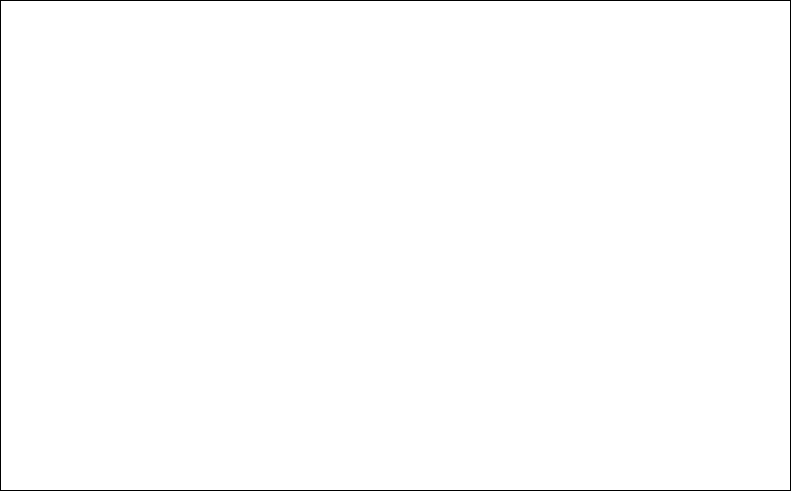
nangong1994/Interview keeps this draw.io diagram as react/fundamentals/framework/img/beginwork-completework-diagram.drawio.png. Above is the earlier version. Source tidied: cells renumbered, new cells last; positions are measured from the earlier drawing's top-left corner, leaving out a move shared by most shapes.
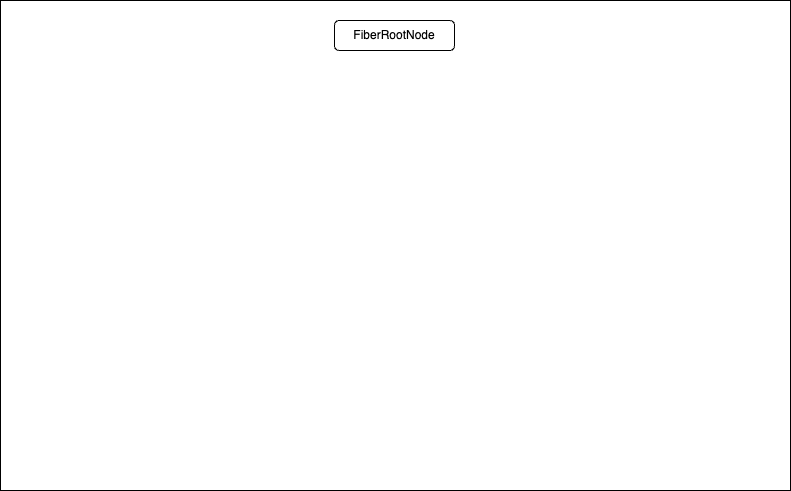
Above is the later version.

Change to the diagram source:
```diff
@@ -5,5 +5,8 @@
     <mxCell id="2" style="whiteSpace=wrap;html=1;" parent="1" vertex="1">
       <mxGeometry width="790" height="490" as="geometry" />
     </mxCell>
+    <mxCell id="3" value="FiberRootNode" style="rounded=1;whiteSpace=wrap;html=1;" parent="1" vertex="1">
+      <mxGeometry x="334" y="20" width="120" height="30" as="geometry" />
+    </mxCell>
   </root>
 </mxGraphModel>
```
